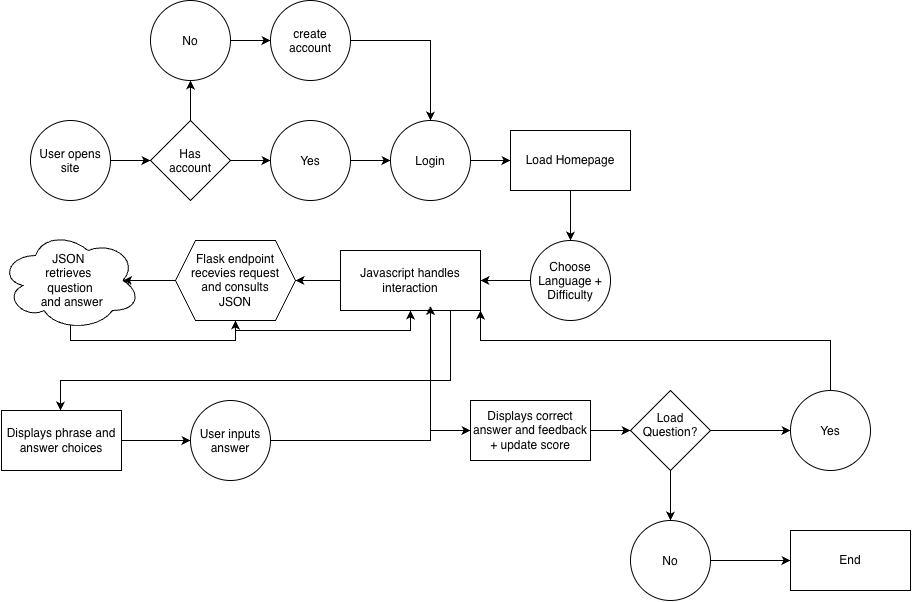
Above: gameflowchart.drawio.png in reyprash/What-d-You-Say- (draw.io), before the change. Source tidied: cells renumbered, new cells last; positions are measured from the earlier drawing's top-left corner, leaving out a move shared by most shapes.
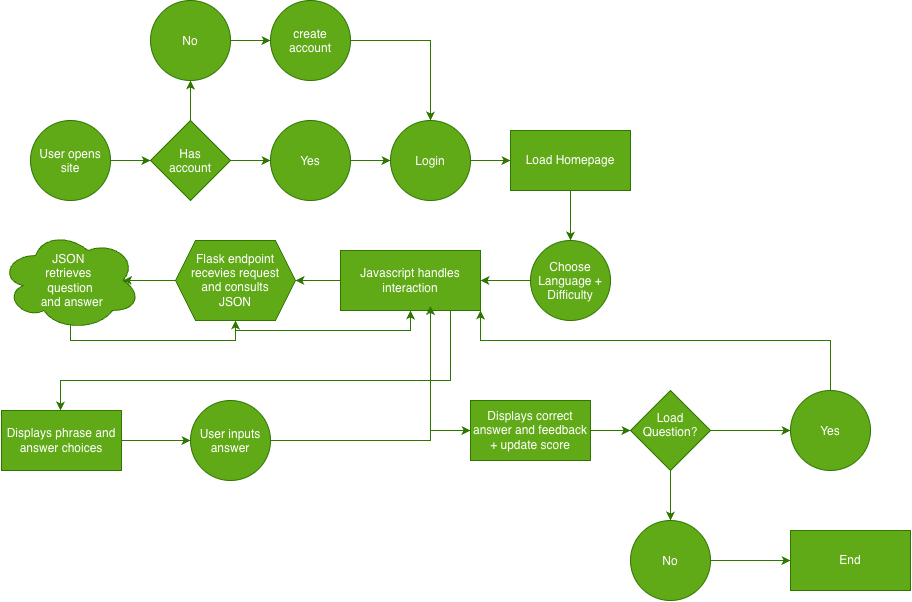
After the change.

Change to the diagram source:
```diff
@@ -2,64 +2,64 @@
   <root>
     <mxCell id="0" />
     <mxCell id="1" parent="0" />
-    <mxCell id="2" style="edgeStyle=orthogonalEdgeStyle;rounded=0;orthogonalLoop=1;jettySize=auto;html=1;exitX=1;exitY=0.5;exitDx=0;exitDy=0;entryX=0;entryY=0.5;entryDx=0;entryDy=0;defaultLabelBackgroundColor=page;" parent="1" edge="1">
+    <mxCell id="2" style="edgeStyle=orthogonalEdgeStyle;rounded=0;orthogonalLoop=1;jettySize=auto;html=1;exitX=1;exitY=0.5;exitDx=0;exitDy=0;entryX=0;entryY=0.5;entryDx=0;entryDy=0;defaultLabelBackgroundColor=page;fillColor=#60a917;strokeColor=#2D7600;" parent="1" edge="1">
       <mxGeometry relative="1" as="geometry">
         <mxPoint x="110" y="160" as="sourcePoint" />
         <mxPoint x="150" y="160" as="targetPoint" />
       </mxGeometry>
     </mxCell>
-    <mxCell id="3" value="User opens site" style="ellipse;whiteSpace=wrap;html=1;shapeInside=1;" parent="1" vertex="1">
+    <mxCell id="3" value="User opens site" style="ellipse;whiteSpace=wrap;html=1;shapeInside=1;fillColor=#60a917;fontColor=#ffffff;strokeColor=#2D7600;" parent="1" vertex="1">
       <mxGeometry x="30" y="120" width="80" height="80" as="geometry" />
     </mxCell>
-    <mxCell id="4" style="edgeStyle=orthogonalEdgeStyle;rounded=0;jettySize=auto;html=1;entryX=0.5;entryY=1;entryDx=0;entryDy=0;defaultLabelBackgroundColor=page;" parent="1" edge="1" source="6" target="10">
+    <mxCell id="4" style="edgeStyle=orthogonalEdgeStyle;rounded=0;jettySize=auto;html=1;entryX=0.5;entryY=1;entryDx=0;entryDy=0;defaultLabelBackgroundColor=page;fillColor=#60a917;strokeColor=#2D7600;" parent="1" edge="1" source="6" target="10">
       <mxGeometry relative="1" as="geometry" />
     </mxCell>
-    <mxCell id="5" style="edgeStyle=orthogonalEdgeStyle;rounded=0;jettySize=auto;html=1;defaultLabelBackgroundColor=page;" parent="1" edge="1" source="6" target="8">
+    <mxCell id="5" style="edgeStyle=orthogonalEdgeStyle;rounded=0;jettySize=auto;html=1;defaultLabelBackgroundColor=page;fillColor=#60a917;strokeColor=#2D7600;" parent="1" edge="1" source="6" target="8">
       <mxGeometry relative="1" as="geometry" />
     </mxCell>
-    <mxCell id="6" value="Has account" style="rhombus;whiteSpace=wrap;html=1;shapeInside=1;" parent="1" vertex="1">
+    <mxCell id="6" value="Has account" style="rhombus;whiteSpace=wrap;html=1;shapeInside=1;fillColor=#60a917;fontColor=#ffffff;strokeColor=#2D7600;" parent="1" vertex="1">
       <mxGeometry x="150" y="120" width="80" height="80" as="geometry" />
     </mxCell>
-    <mxCell id="7" style="edgeStyle=orthogonalEdgeStyle;rounded=0;jettySize=auto;html=1;entryX=0;entryY=0.5;entryDx=0;entryDy=0;defaultLabelBackgroundColor=page;" parent="1" edge="1" source="8" target="14">
+    <mxCell id="7" style="edgeStyle=orthogonalEdgeStyle;rounded=0;jettySize=auto;html=1;entryX=0;entryY=0.5;entryDx=0;entryDy=0;defaultLabelBackgroundColor=page;fillColor=#60a917;strokeColor=#2D7600;" parent="1" edge="1" source="8" target="14">
       <mxGeometry relative="1" as="geometry" />
     </mxCell>
-    <mxCell id="8" value="Yes" style="ellipse;whiteSpace=wrap;html=1;shapeInside=1;" parent="1" vertex="1">
+    <mxCell id="8" value="Yes" style="ellipse;whiteSpace=wrap;html=1;shapeInside=1;fillColor=#60a917;fontColor=#ffffff;strokeColor=#2D7600;" parent="1" vertex="1">
       <mxGeometry x="270" y="120" width="80" height="80" as="geometry" />
     </mxCell>
-    <mxCell id="9" style="edgeStyle=orthogonalEdgeStyle;rounded=0;jettySize=auto;html=1;defaultLabelBackgroundColor=page;" parent="1" edge="1" source="10" target="12">
+    <mxCell id="9" style="edgeStyle=orthogonalEdgeStyle;rounded=0;jettySize=auto;html=1;defaultLabelBackgroundColor=page;fillColor=#60a917;strokeColor=#2D7600;" parent="1" edge="1" source="10" target="12">
       <mxGeometry relative="1" as="geometry" />
     </mxCell>
-    <mxCell id="10" value="No" style="ellipse;whiteSpace=wrap;html=1;shapeInside=1;" parent="1" vertex="1">
+    <mxCell id="10" value="No" style="ellipse;whiteSpace=wrap;html=1;shapeInside=1;fillColor=#60a917;fontColor=#ffffff;strokeColor=#2D7600;" parent="1" vertex="1">
       <mxGeometry x="150" width="80" height="80" as="geometry" />
     </mxCell>
-    <mxCell id="11" style="edgeStyle=orthogonalEdgeStyle;rounded=0;jettySize=auto;html=1;entryX=0.5;entryY=0;entryDx=0;entryDy=0;defaultLabelBackgroundColor=page;" parent="1" edge="1" source="12" target="14">
+    <mxCell id="11" style="edgeStyle=orthogonalEdgeStyle;rounded=0;jettySize=auto;html=1;entryX=0.5;entryY=0;entryDx=0;entryDy=0;defaultLabelBackgroundColor=page;fillColor=#60a917;strokeColor=#2D7600;" parent="1" edge="1" source="12" target="14">
       <mxGeometry relative="1" as="geometry" />
     </mxCell>
-    <mxCell id="12" value="create account" style="ellipse;whiteSpace=wrap;html=1;shapeInside=1;" parent="1" vertex="1">
+    <mxCell id="12" value="create account" style="ellipse;whiteSpace=wrap;html=1;shapeInside=1;fillColor=#60a917;fontColor=#ffffff;strokeColor=#2D7600;" parent="1" vertex="1">
       <mxGeometry x="270" width="80" height="80" as="geometry" />
     </mxCell>
-    <mxCell id="13" style="edgeStyle=orthogonalEdgeStyle;rounded=0;jettySize=auto;html=1;entryX=0;entryY=0.5;entryDx=0;entryDy=0;defaultLabelBackgroundColor=page;" parent="1" edge="1" source="14" target="16">
+    <mxCell id="13" style="edgeStyle=orthogonalEdgeStyle;rounded=0;jettySize=auto;html=1;entryX=0;entryY=0.5;entryDx=0;entryDy=0;defaultLabelBackgroundColor=page;fillColor=#60a917;strokeColor=#2D7600;" parent="1" edge="1" source="14" target="16">
       <mxGeometry relative="1" as="geometry" />
     </mxCell>
-    <mxCell id="14" value="Login" style="ellipse;whiteSpace=wrap;html=1;shapeInside=1;" parent="1" vertex="1">
+    <mxCell id="14" value="Login" style="ellipse;whiteSpace=wrap;html=1;shapeInside=1;fillColor=#60a917;fontColor=#ffffff;strokeColor=#2D7600;" parent="1" vertex="1">
       <mxGeometry x="390" y="120" width="80" height="80" as="geometry" />
     </mxCell>
-    <mxCell id="15" style="edgeStyle=orthogonalEdgeStyle;rounded=0;jettySize=auto;html=1;defaultLabelBackgroundColor=page;" parent="1" edge="1" source="16" target="18">
+    <mxCell id="15" style="edgeStyle=orthogonalEdgeStyle;rounded=0;jettySize=auto;html=1;defaultLabelBackgroundColor=page;fillColor=#60a917;strokeColor=#2D7600;" parent="1" edge="1" source="16" target="18">
       <mxGeometry relative="1" as="geometry" />
     </mxCell>
-    <mxCell id="16" value="Load Homepage" style="rounded=0;whiteSpace=wrap;html=1;" parent="1" vertex="1">
+    <mxCell id="16" value="Load Homepage" style="rounded=0;whiteSpace=wrap;html=1;fillColor=#60a917;fontColor=#ffffff;strokeColor=#2D7600;" parent="1" vertex="1">
       <mxGeometry x="510" y="130" width="120" height="60" as="geometry" />
     </mxCell>
-    <mxCell id="17" style="edgeStyle=orthogonalEdgeStyle;rounded=0;jettySize=auto;html=1;entryX=1;entryY=0.5;entryDx=0;entryDy=0;defaultLabelBackgroundColor=page;" parent="1" edge="1" source="18" target="21">
+    <mxCell id="17" style="edgeStyle=orthogonalEdgeStyle;rounded=0;jettySize=auto;html=1;entryX=1;entryY=0.5;entryDx=0;entryDy=0;defaultLabelBackgroundColor=page;fillColor=#60a917;strokeColor=#2D7600;" parent="1" edge="1" source="18" target="21">
       <mxGeometry relative="1" as="geometry" />
     </mxCell>
-    <mxCell id="18" value="Choose Language + Difficulty" style="ellipse;whiteSpace=wrap;html=1;shapeInside=1;" parent="1" vertex="1">
+    <mxCell id="18" value="Choose Language + Difficulty" style="ellipse;whiteSpace=wrap;html=1;shapeInside=1;fillColor=#60a917;fontColor=#ffffff;strokeColor=#2D7600;" parent="1" vertex="1">
       <mxGeometry x="530" y="240" width="80" height="80" as="geometry" />
     </mxCell>
-    <mxCell id="19" style="edgeStyle=orthogonalEdgeStyle;rounded=0;jettySize=auto;html=1;defaultLabelBackgroundColor=page;" parent="1" edge="1" source="21" target="24">
+    <mxCell id="19" style="edgeStyle=orthogonalEdgeStyle;rounded=0;jettySize=auto;html=1;defaultLabelBackgroundColor=page;fillColor=#60a917;strokeColor=#2D7600;" parent="1" edge="1" source="21" target="24">
       <mxGeometry relative="1" as="geometry" />
     </mxCell>
-    <mxCell id="20" style="edgeStyle=orthogonalEdgeStyle;rounded=0;jettySize=auto;html=1;defaultLabelBackgroundColor=page;" parent="1" edge="1" source="21" target="28">
+    <mxCell id="20" style="edgeStyle=orthogonalEdgeStyle;rounded=0;jettySize=auto;html=1;defaultLabelBackgroundColor=page;fillColor=#60a917;strokeColor=#2D7600;" parent="1" edge="1" source="21" target="28">
       <mxGeometry x="0.08" relative="1" as="geometry">
         <Array as="points">
           <mxPoint x="450" y="380" />
@@ -67,13 +67,13 @@
         </Array>
       </mxGeometry>
     </mxCell>
-    <mxCell id="21" value="Javascript handles interaction" style="rounded=0;whiteSpace=wrap;html=1;" parent="1" vertex="1">
+    <mxCell id="21" value="Javascript handles interaction" style="rounded=0;whiteSpace=wrap;html=1;fillColor=#60a917;fontColor=#ffffff;strokeColor=#2D7600;" parent="1" vertex="1">
       <mxGeometry x="340" y="250" width="140" height="60" as="geometry" />
     </mxCell>
-    <mxCell id="22" style="edgeStyle=orthogonalEdgeStyle;rounded=0;jettySize=auto;html=1;defaultLabelBackgroundColor=page;" parent="1" edge="1" source="24" target="26">
+    <mxCell id="22" style="edgeStyle=orthogonalEdgeStyle;rounded=0;jettySize=auto;html=1;defaultLabelBackgroundColor=page;fillColor=#60a917;strokeColor=#2D7600;" parent="1" edge="1" source="24" target="26">
       <mxGeometry relative="1" as="geometry" />
     </mxCell>
-    <mxCell id="23" style="edgeStyle=orthogonalEdgeStyle;rounded=0;jettySize=auto;html=1;entryX=0.5;entryY=1;entryDx=0;entryDy=0;defaultLabelBackgroundColor=page;" parent="1" edge="1" source="24" target="21">
+    <mxCell id="23" style="edgeStyle=orthogonalEdgeStyle;rounded=0;jettySize=auto;html=1;entryX=0.5;entryY=1;entryDx=0;entryDy=0;defaultLabelBackgroundColor=page;fillColor=#60a917;strokeColor=#2D7600;" parent="1" edge="1" source="24" target="21">
       <mxGeometry x="0.1" relative="1" as="geometry">
         <Array as="points">
           <mxPoint x="235" y="330" />
@@ -81,10 +81,10 @@
         </Array>
       </mxGeometry>
     </mxCell>
-    <mxCell id="24" value="Flask endpoint recevies request and consults JSON" style="shape=hexagon;perimeter=hexagonPerimeter2;whiteSpace=wrap;html=1;shapeInside=1;fixedSize=1;" parent="1" vertex="1">
+    <mxCell id="24" value="Flask endpoint recevies request and consults JSON" style="shape=hexagon;perimeter=hexagonPerimeter2;whiteSpace=wrap;html=1;shapeInside=1;fixedSize=1;fillColor=#60a917;fontColor=#ffffff;strokeColor=#2D7600;" parent="1" vertex="1">
       <mxGeometry x="175" y="240" width="120" height="80" as="geometry" />
     </mxCell>
-    <mxCell id="25" style="edgeStyle=orthogonalEdgeStyle;rounded=0;jettySize=auto;html=1;entryX=0.5;entryY=1;entryDx=0;entryDy=0;defaultLabelBackgroundColor=page;" parent="1" edge="1" source="26" target="24">
+    <mxCell id="25" style="edgeStyle=orthogonalEdgeStyle;rounded=0;jettySize=auto;html=1;entryX=0.5;entryY=1;entryDx=0;entryDy=0;defaultLabelBackgroundColor=page;fillColor=#60a917;strokeColor=#2D7600;" parent="1" edge="1" source="26" target="24">
       <mxGeometry relative="1" as="geometry">
         <Array as="points">
           <mxPoint x="70" y="340" />
@@ -92,16 +92,16 @@
         </Array>
       </mxGeometry>
     </mxCell>
-    <mxCell id="26" value="JSON&amp;nbsp;&lt;div&gt;retrieves&amp;nbsp;&lt;/div&gt;&lt;div&gt;question&lt;/div&gt;&lt;div&gt;&amp;nbsp;and answer&lt;/div&gt;" style="ellipse;shape=cloud;whiteSpace=wrap;html=1;perimeter=cloudPerimeter;" parent="1" vertex="1">
+    <mxCell id="26" value="JSON&amp;nbsp;&lt;div&gt;retrieves&amp;nbsp;&lt;/div&gt;&lt;div&gt;question&lt;/div&gt;&lt;div&gt;&amp;nbsp;and answer&lt;/div&gt;" style="ellipse;shape=cloud;whiteSpace=wrap;html=1;perimeter=cloudPerimeter;fillColor=#60a917;fontColor=#ffffff;strokeColor=#2D7600;" parent="1" vertex="1">
       <mxGeometry y="230" width="140" height="100" as="geometry" />
     </mxCell>
-    <mxCell id="27" style="edgeStyle=orthogonalEdgeStyle;rounded=0;jettySize=auto;html=1;defaultLabelBackgroundColor=page;" parent="1" edge="1" source="28" target="30">
+    <mxCell id="27" style="edgeStyle=orthogonalEdgeStyle;rounded=0;jettySize=auto;html=1;defaultLabelBackgroundColor=page;fillColor=#60a917;strokeColor=#2D7600;" parent="1" edge="1" source="28" target="30">
       <mxGeometry relative="1" as="geometry" />
     </mxCell>
-    <mxCell id="28" value="Displays phrase and answer choices" style="rounded=0;whiteSpace=wrap;html=1;" parent="1" vertex="1">
+    <mxCell id="28" value="Displays phrase and answer choices" style="rounded=0;whiteSpace=wrap;html=1;fillColor=#60a917;fontColor=#ffffff;strokeColor=#2D7600;" parent="1" vertex="1">
       <mxGeometry x="1" y="410" width="120" height="60" as="geometry" />
     </mxCell>
-    <mxCell id="29" style="edgeStyle=orthogonalEdgeStyle;rounded=0;jettySize=auto;html=1;defaultLabelBackgroundColor=page;" parent="1" edge="1" source="30" target="33">
+    <mxCell id="29" style="edgeStyle=orthogonalEdgeStyle;rounded=0;jettySize=auto;html=1;defaultLabelBackgroundColor=page;fillColor=#60a917;strokeColor=#2D7600;" parent="1" edge="1" source="30" target="33">
       <mxGeometry x="0.12" relative="1" as="geometry">
         <Array as="points">
           <mxPoint x="430" y="440" />
@@ -109,30 +109,30 @@
         </Array>
       </mxGeometry>
     </mxCell>
-    <mxCell id="30" value="User inputs answer" style="ellipse;whiteSpace=wrap;html=1;shapeInside=1;" parent="1" vertex="1">
+    <mxCell id="30" value="User inputs answer" style="ellipse;whiteSpace=wrap;html=1;shapeInside=1;fillColor=#60a917;fontColor=#ffffff;strokeColor=#2D7600;" parent="1" vertex="1">
       <mxGeometry x="190" y="400" width="80" height="80" as="geometry" />
     </mxCell>
-    <mxCell id="31" style="edgeStyle=orthogonalEdgeStyle;rounded=0;jettySize=auto;html=1;entryX=0.643;entryY=0.925;entryDx=0;entryDy=0;entryPerimeter=0;defaultLabelBackgroundColor=page;" parent="1" edge="1" source="30" target="21">
+    <mxCell id="31" style="edgeStyle=orthogonalEdgeStyle;rounded=0;jettySize=auto;html=1;entryX=0.643;entryY=0.925;entryDx=0;entryDy=0;entryPerimeter=0;defaultLabelBackgroundColor=page;fillColor=#60a917;strokeColor=#2D7600;" parent="1" edge="1" source="30" target="21">
       <mxGeometry relative="1" as="geometry" />
     </mxCell>
-    <mxCell id="32" style="edgeStyle=orthogonalEdgeStyle;rounded=0;jettySize=auto;html=1;defaultLabelBackgroundColor=page;" parent="1" edge="1" source="33">
+    <mxCell id="32" style="edgeStyle=orthogonalEdgeStyle;rounded=0;jettySize=auto;html=1;defaultLabelBackgroundColor=page;fillColor=#60a917;strokeColor=#2D7600;" parent="1" edge="1" source="33">
       <mxGeometry relative="1" as="geometry">
         <mxPoint x="630" y="430" as="targetPoint" />
       </mxGeometry>
     </mxCell>
-    <mxCell id="33" value="Displays correct answer and feedback + update score" style="rounded=0;whiteSpace=wrap;html=1;" parent="1" vertex="1">
+    <mxCell id="33" value="Displays correct answer and feedback + update score" style="rounded=0;whiteSpace=wrap;html=1;fillColor=#60a917;fontColor=#ffffff;strokeColor=#2D7600;" parent="1" vertex="1">
       <mxGeometry x="470" y="400" width="120" height="60" as="geometry" />
     </mxCell>
-    <mxCell id="34" style="edgeStyle=orthogonalEdgeStyle;rounded=0;jettySize=auto;html=1;defaultLabelBackgroundColor=page;" parent="1" edge="1" source="36" target="38">
+    <mxCell id="34" style="edgeStyle=orthogonalEdgeStyle;rounded=0;jettySize=auto;html=1;defaultLabelBackgroundColor=page;fillColor=#60a917;strokeColor=#2D7600;" parent="1" edge="1" source="36" target="38">
       <mxGeometry relative="1" as="geometry" />
     </mxCell>
-    <mxCell id="35" style="edgeStyle=orthogonalEdgeStyle;rounded=0;jettySize=auto;html=1;entryX=0.5;entryY=0;entryDx=0;entryDy=0;defaultLabelBackgroundColor=page;" parent="1" edge="1" source="36" target="40">
+    <mxCell id="35" style="edgeStyle=orthogonalEdgeStyle;rounded=0;jettySize=auto;html=1;entryX=0.5;entryY=0;entryDx=0;entryDy=0;defaultLabelBackgroundColor=page;fillColor=#60a917;strokeColor=#2D7600;" parent="1" edge="1" source="36" target="40">
       <mxGeometry relative="1" as="geometry" />
     </mxCell>
-    <mxCell id="36" value="Load Question?" style="rhombus;whiteSpace=wrap;html=1;shapeInside=1;" parent="1" vertex="1">
+    <mxCell id="36" value="Load Question?" style="rhombus;whiteSpace=wrap;html=1;shapeInside=1;fillColor=#60a917;fontColor=#ffffff;strokeColor=#2D7600;" parent="1" vertex="1">
       <mxGeometry x="630" y="390" width="80" height="80" as="geometry" />
     </mxCell>
-    <mxCell id="37" style="edgeStyle=orthogonalEdgeStyle;rounded=0;jettySize=auto;html=1;entryX=1;entryY=1;entryDx=0;entryDy=0;defaultLabelBackgroundColor=page;" parent="1" edge="1" source="38" target="21">
+    <mxCell id="37" style="edgeStyle=orthogonalEdgeStyle;rounded=0;jettySize=auto;html=1;entryX=1;entryY=1;entryDx=0;entryDy=0;defaultLabelBackgroundColor=page;fillColor=#60a917;strokeColor=#2D7600;" parent="1" edge="1" source="38" target="21">
       <mxGeometry relative="1" as="geometry">
         <Array as="points">
           <mxPoint x="830" y="340" />
@@ -140,16 +140,16 @@
         </Array>
       </mxGeometry>
     </mxCell>
-    <mxCell id="38" value="Yes" style="ellipse;whiteSpace=wrap;html=1;shapeInside=1;" parent="1" vertex="1">
+    <mxCell id="38" value="Yes" style="ellipse;whiteSpace=wrap;html=1;shapeInside=1;fillColor=#60a917;fontColor=#ffffff;strokeColor=#2D7600;" parent="1" vertex="1">
       <mxGeometry x="790" y="390" width="80" height="80" as="geometry" />
     </mxCell>
-    <mxCell id="39" style="edgeStyle=orthogonalEdgeStyle;rounded=0;jettySize=auto;html=1;defaultLabelBackgroundColor=page;" parent="1" edge="1" source="40" target="41">
+    <mxCell id="39" style="edgeStyle=orthogonalEdgeStyle;rounded=0;jettySize=auto;html=1;defaultLabelBackgroundColor=page;fillColor=#60a917;strokeColor=#2D7600;" parent="1" edge="1" source="40" target="41">
       <mxGeometry relative="1" as="geometry" />
     </mxCell>
-    <mxCell id="40" value="No" style="ellipse;whiteSpace=wrap;html=1;shapeInside=1;" parent="1" vertex="1">
+    <mxCell id="40" value="No" style="ellipse;whiteSpace=wrap;html=1;shapeInside=1;fillColor=#60a917;fontColor=#ffffff;strokeColor=#2D7600;" parent="1" vertex="1">
       <mxGeometry x="630" y="520" width="80" height="80" as="geometry" />
     </mxCell>
-    <mxCell id="41" value="End" style="rounded=0;whiteSpace=wrap;html=1;" parent="1" vertex="1">
+    <mxCell id="41" value="End" style="rounded=0;whiteSpace=wrap;html=1;fillColor=#60a917;fontColor=#ffffff;strokeColor=#2D7600;" parent="1" vertex="1">
       <mxGeometry x="790" y="530" width="120" height="60" as="geometry" />
     </mxCell>
   </root>
```
